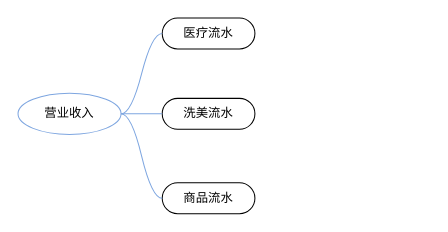
The draw.io diagram pet_data_warehouse/经营参谋.drawio in fangzheng0518/draw, before the edit. Source tidied: cells renumbered, new cells numbered last; positions are measured from the earlier drawing's top-left corner, leaving out a move shared by most shapes. Both pictures are drawn from the tidied source at 103%, with x=0, y=0 at pixel (18, 18).
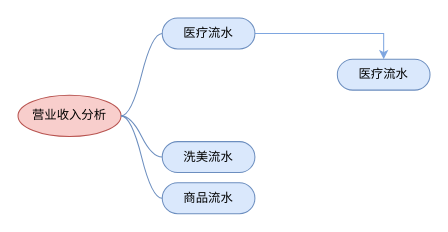
Above is the later version.

Commit message (it also covers changes not shown here):
更新经营参谋.drawio

What changed in the source:
```diff
@@
 <mxGraphModel>
   <root>
     <mxCell id="0" />
     <mxCell id="1" parent="0" />
-    <mxCell id="2" value="营业收入" style="ellipse;whiteSpace=wrap;html=1;align=center;newEdgeStyle={&quot;edgeStyle&quot;:&quot;entityRelationEdgeStyle&quot;,&quot;startArrow&quot;:&quot;none&quot;,&quot;endArrow&quot;:&quot;none&quot;,&quot;segment&quot;:10,&quot;curved&quot;:1};strokeColor=#7EA6E0;" parent="1" vertex="1">
-      <mxGeometry y="73" width="100" height="40" as="geometry" />
+    <mxCell id="2" value="营业收入分析" style="ellipse;whiteSpace=wrap;html=1;align=center;newEdgeStyle={&quot;edgeStyle&quot;:&quot;entityRelationEdgeStyle&quot;,&quot;startArrow&quot;:&quot;none&quot;,&quot;endArrow&quot;:&quot;none&quot;,&quot;segment&quot;:10,&quot;curved&quot;:1};strokeColor=#b85450;fillColor=#f8cecc;" parent="1" vertex="1">
+      <mxGeometry y="75" width="100" height="40" as="geometry" />
     </mxCell>
+    <mxCell id="9" style="edgeStyle=orthogonalEdgeStyle;rounded=0;jettySize=auto;html=1;strokeColor=#7EA6E0;" parent="1" edge="1" source="3" target="10">
+      <mxGeometry relative="1" as="geometry" />
+    </mxCell>
-    <mxCell id="3" value="医疗流水" style="whiteSpace=wrap;html=1;rounded=1;arcSize=50;align=center;verticalAlign=middle;strokeWidth=1;spacing=4;newEdgeStyle={&quot;edgeStyle&quot;:&quot;entityRelationEdgeStyle&quot;,&quot;startArrow&quot;:&quot;none&quot;,&quot;endArrow&quot;:&quot;none&quot;,&quot;segment&quot;:10,&quot;curved&quot;:1};" parent="1" vertex="1">
+    <mxCell id="3" value="医疗流水" style="whiteSpace=wrap;html=1;rounded=1;arcSize=50;align=center;verticalAlign=middle;strokeWidth=1;spacing=4;newEdgeStyle={&quot;edgeStyle&quot;:&quot;entityRelationEdgeStyle&quot;,&quot;startArrow&quot;:&quot;none&quot;,&quot;endArrow&quot;:&quot;none&quot;,&quot;segment&quot;:10,&quot;curved&quot;:1};fillColor=#dae8fc;strokeColor=#6c8ebf;" parent="1" vertex="1">
       <mxGeometry x="140" width="90" height="30" as="geometry" />
     </mxCell>
-    <mxCell id="4" style="edgeStyle=entityRelationEdgeStyle;startArrow=none;endArrow=none;segment=10;curved=1;strokeColor=#7EA6E0;exitX=1;exitY=0.5;exitDx=0;exitDy=0;" parent="1" edge="1" source="2" target="3">
+    <mxCell id="4" style="edgeStyle=entityRelationEdgeStyle;startArrow=none;endArrow=none;segment=10;curved=1;strokeColor=#6c8ebf;exitX=1;exitY=0.5;exitDx=0;exitDy=0;fillColor=#dae8fc;" parent="1" edge="1" source="2" target="3">
       <mxGeometry relative="1" as="geometry" />
     </mxCell>
-    <mxCell id="5" value="洗美流水" style="whiteSpace=wrap;html=1;rounded=1;arcSize=50;align=center;verticalAlign=middle;strokeWidth=1;spacing=4;newEdgeStyle={&quot;edgeStyle&quot;:&quot;entityRelationEdgeStyle&quot;,&quot;startArrow&quot;:&quot;none&quot;,&quot;endArrow&quot;:&quot;none&quot;,&quot;segment&quot;:10,&quot;curved&quot;:1};" parent="1" vertex="1">
-      <mxGeometry x="140" y="78" width="90" height="30" as="geometry" />
+    <mxCell id="5" value="洗美流水" style="whiteSpace=wrap;html=1;rounded=1;arcSize=50;align=center;verticalAlign=middle;strokeWidth=1;spacing=4;newEdgeStyle={&quot;edgeStyle&quot;:&quot;entityRelationEdgeStyle&quot;,&quot;startArrow&quot;:&quot;none&quot;,&quot;endArrow&quot;:&quot;none&quot;,&quot;segment&quot;:10,&quot;curved&quot;:1};fillColor=#dae8fc;strokeColor=#6c8ebf;" parent="1" vertex="1">
+      <mxGeometry x="140" y="120" width="90" height="30" as="geometry" />
     </mxCell>
-    <mxCell id="6" style="edgeStyle=entityRelationEdgeStyle;startArrow=none;endArrow=none;segment=10;curved=1;strokeColor=#7EA6E0;exitX=1;exitY=0.5;exitDx=0;exitDy=0;" parent="1" edge="1" source="2" target="5">
+    <mxCell id="6" style="edgeStyle=entityRelationEdgeStyle;startArrow=none;endArrow=none;segment=10;curved=1;strokeColor=#6c8ebf;exitX=1;exitY=0.5;exitDx=0;exitDy=0;fillColor=#dae8fc;" parent="1" edge="1" source="2" target="5">
       <mxGeometry relative="1" as="geometry" />
     </mxCell>
-    <mxCell id="7" value="商品流水" style="whiteSpace=wrap;html=1;rounded=1;arcSize=50;align=center;verticalAlign=middle;strokeWidth=1;spacing=4;newEdgeStyle={&quot;edgeStyle&quot;:&quot;entityRelationEdgeStyle&quot;,&quot;startArrow&quot;:&quot;none&quot;,&quot;endArrow&quot;:&quot;none&quot;,&quot;segment&quot;:10,&quot;curved&quot;:1};" parent="1" vertex="1">
+    <mxCell id="7" value="商品流水" style="whiteSpace=wrap;html=1;rounded=1;arcSize=50;align=center;verticalAlign=middle;strokeWidth=1;spacing=4;newEdgeStyle={&quot;edgeStyle&quot;:&quot;entityRelationEdgeStyle&quot;,&quot;startArrow&quot;:&quot;none&quot;,&quot;endArrow&quot;:&quot;none&quot;,&quot;segment&quot;:10,&quot;curved&quot;:1};fillColor=#dae8fc;strokeColor=#6c8ebf;" parent="1" vertex="1">
       <mxGeometry x="140" y="160" width="90" height="30" as="geometry" />
     </mxCell>
-    <mxCell id="8" style="edgeStyle=entityRelationEdgeStyle;startArrow=none;endArrow=none;segment=10;curved=1;strokeColor=#7EA6E0;exitX=1;exitY=0.5;exitDx=0;exitDy=0;" parent="1" edge="1" source="2" target="7">
+    <mxCell id="8" style="edgeStyle=entityRelationEdgeStyle;startArrow=none;endArrow=none;segment=10;curved=1;strokeColor=#6c8ebf;exitX=1;exitY=0.5;exitDx=0;exitDy=0;fillColor=#dae8fc;" parent="1" edge="1" source="2" target="7">
       <mxGeometry relative="1" as="geometry" />
     </mxCell>
+    <mxCell id="10" value="医疗流水" style="whiteSpace=wrap;html=1;rounded=1;arcSize=50;align=center;verticalAlign=middle;strokeWidth=1;spacing=4;newEdgeStyle={&quot;edgeStyle&quot;:&quot;entityRelationEdgeStyle&quot;,&quot;startArrow&quot;:&quot;none&quot;,&quot;endArrow&quot;:&quot;none&quot;,&quot;segment&quot;:10,&quot;curved&quot;:1};fillColor=#dae8fc;strokeColor=#6c8ebf;" parent="1" vertex="1">
+      <mxGeometry x="310" y="40" width="90" height="30" as="geometry" />
+    </mxCell>
   </root>
 </mxGraphModel>
```
